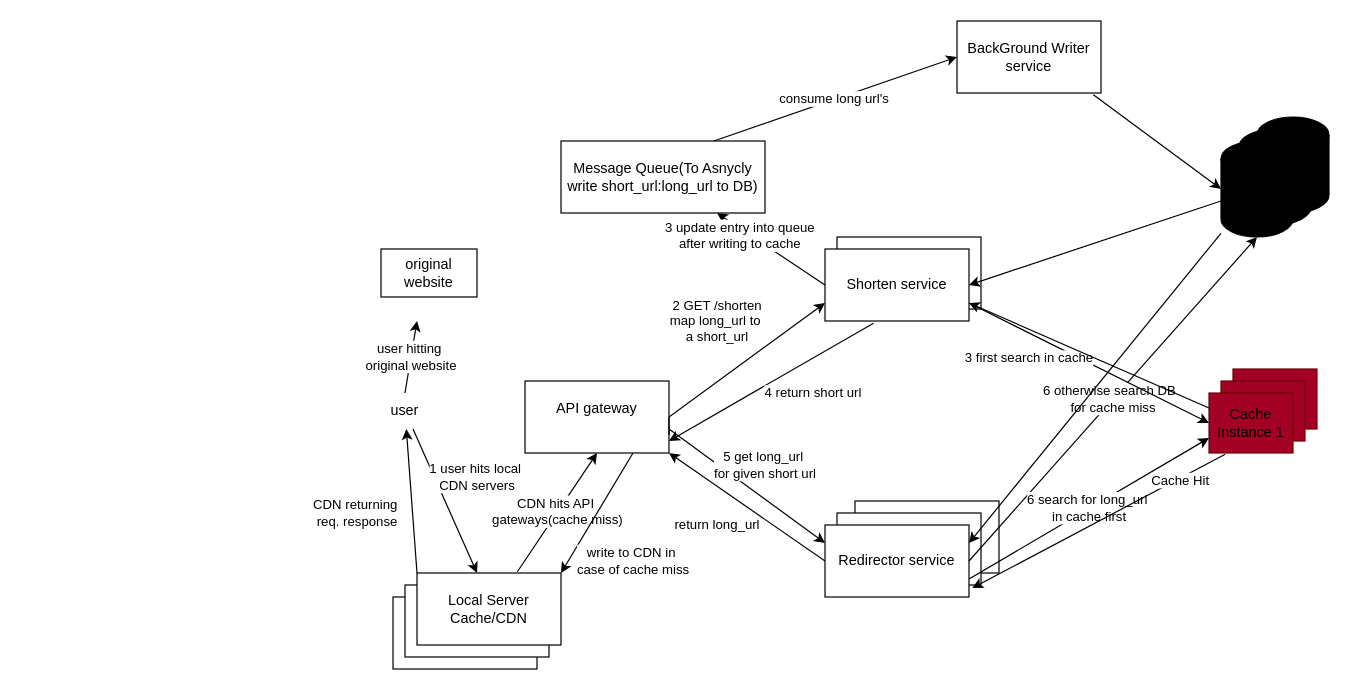
Above: design_xml/Untitled Diagram.drawio in Janardhan-Waghchaure/HLD_URL_Shortener (draw.io), before the change. Source tidied: cells renumbered, new cells numbered last; positions are measured from the earlier drawing's top-left corner, leaving out a move shared by most shapes. Both pictures are drawn from the tidied source at 120%, with x=0, y=0 at pixel (368, 20).
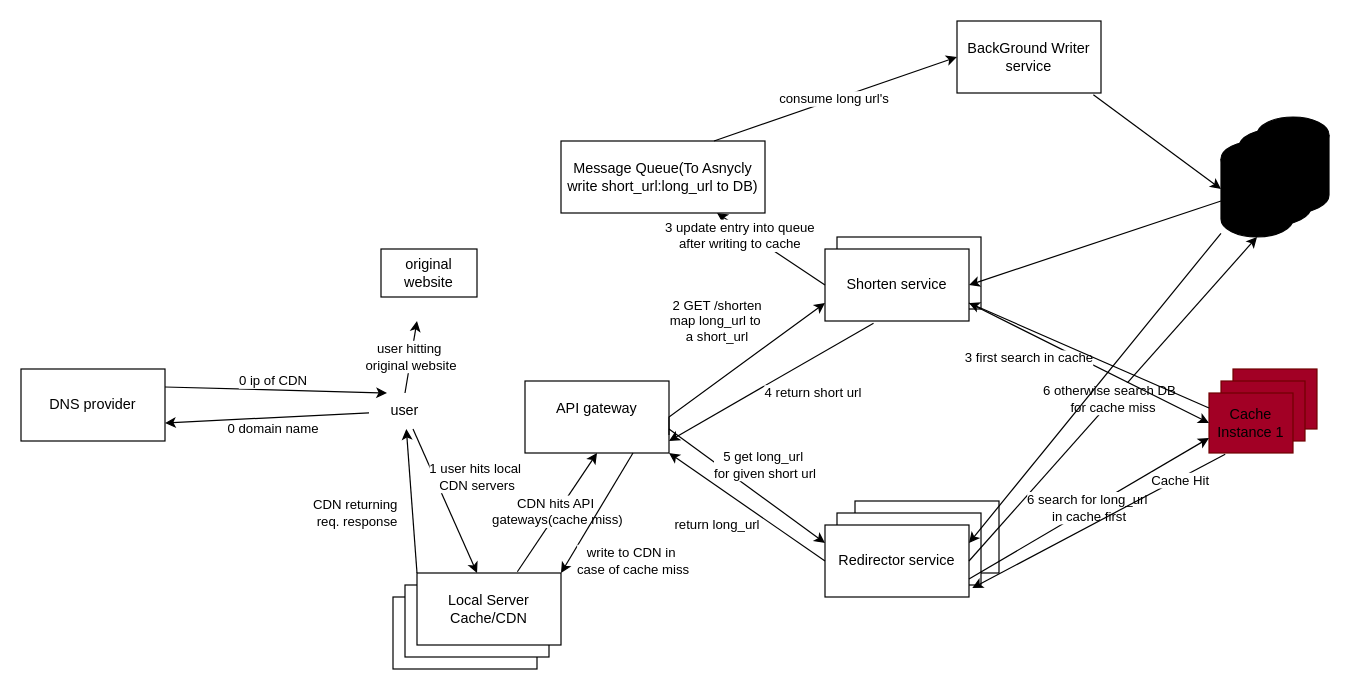
After the change.

Commit message:
Added DNS in the flow

The change refers to these unchanged cells:
```xml
<mxCell id="12" value="user" style="text;strokeColor=none;align=center;fillColor=none;html=1;verticalAlign=middle;whiteSpace=wrap;rounded=0;" parent="1" vertex="1">
  <mxGeometry y="310" width="60" height="30" as="geometry" />
</mxCell>
```

What changed in the source:
```diff
@@
+    <mxCell id="41" value="DNS provider" style="rounded=0;whiteSpace=wrap;html=1;" parent="1" vertex="1">
+      <mxGeometry x="-290" y="290" width="120" height="60" as="geometry" />
+    </mxCell>
+    <mxCell id="42" value="0 domain name" style="endArrow=classic;html=1;rounded=0;entryX=1;entryY=0.75;entryDx=0;entryDy=0;" parent="1" edge="1" source="12" target="41">
+      <mxGeometry x="-0.05" y="9" relative="1" as="geometry" />
+    </mxCell>
+    <mxCell id="43" value="0 ip of CDN" style="endArrow=classic;html=1;rounded=0;entryX=0.25;entryY=0;entryDx=0;entryDy=0;exitX=1;exitY=0.25;exitDx=0;exitDy=0;" parent="1" edge="1" source="41" target="12">
+      <mxGeometry x="-0.03" y="7" relative="1" as="geometry" />
+    </mxCell>
```
